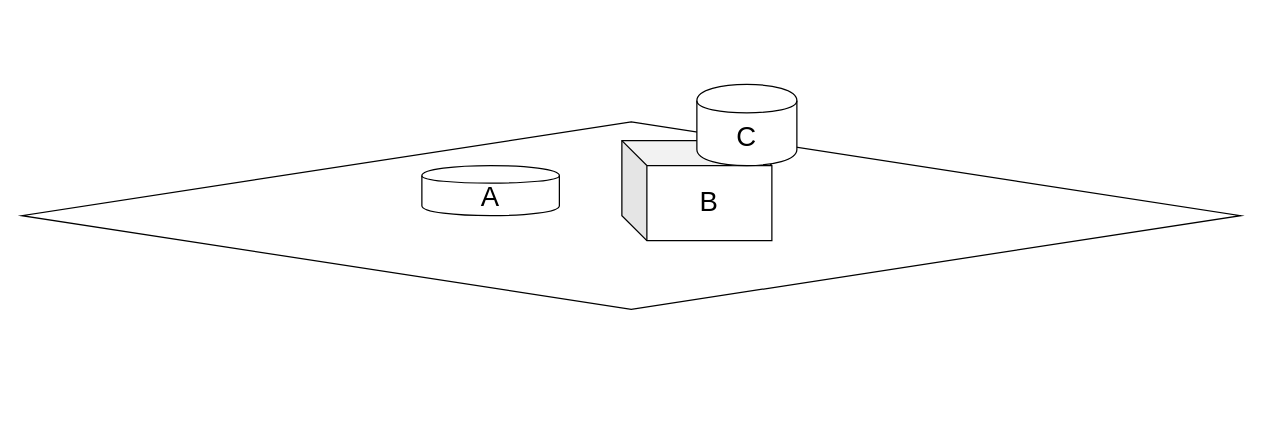
Before: arrange.drawio in imzoer/imzoer.github.io, a draw.io diagram. Source tidied: cells renumbered, new cells numbered last; positions are measured from the earlier drawing's top-left corner, leaving out a move shared by most shapes. Both pictures are drawn from the tidied source at 125%, with x=0, y=0 at pixel (21, 84).
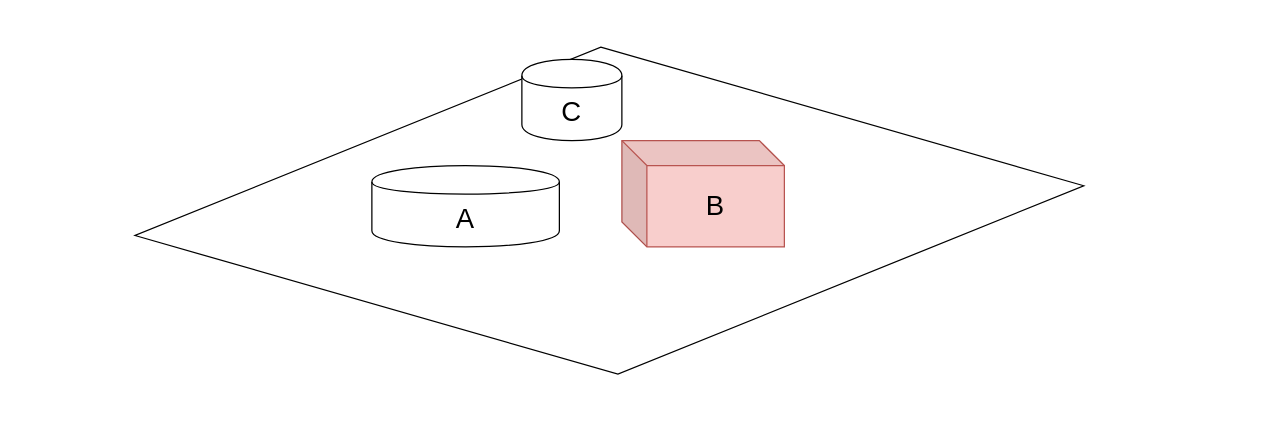
The same diagram, later.

The edit, as a diff of the source:
```diff
@@
 <mxGraphModel>
   <root>
     <mxCell id="0" />
     <mxCell id="1" parent="0" />
-    <mxCell id="2" style="rhombus;whiteSpace=wrap;html=1;" parent="1" vertex="1">
-      <mxGeometry y="30" width="975" height="150" as="geometry" />
+    <mxCell id="2" style="rhombus;whiteSpace=wrap;html=1;rotation=-3;" parent="1" vertex="1">
+      <mxGeometry x="90" y="-30" width="760" height="262" as="geometry" />
     </mxCell>
     <mxCell id="3" value="&lt;font style=&quot;font-size: 22px&quot;&gt;A&lt;/font&gt;" style="shape=cylinder;whiteSpace=wrap;html=1;boundedLbl=1;backgroundOutline=1;" parent="1" vertex="1">
-      <mxGeometry x="320" y="65" width="110" height="40" as="geometry" />
+      <mxGeometry x="280" y="65" width="150" height="65" as="geometry" />
     </mxCell>
-    <mxCell id="4" value="&lt;font style=&quot;font-size: 22px&quot;&gt;B&lt;/font&gt;" style="shape=cube;whiteSpace=wrap;html=1;boundedLbl=1;backgroundOutline=1;darkOpacity=0.05;darkOpacity2=0.1;" parent="1" vertex="1">
-      <mxGeometry x="480" y="45" width="120" height="80" as="geometry" />
+    <mxCell id="4" value="&lt;font style=&quot;font-size: 22px&quot;&gt;B&lt;/font&gt;" style="shape=cube;whiteSpace=wrap;html=1;boundedLbl=1;backgroundOutline=1;darkOpacity=0.05;darkOpacity2=0.1;fillColor=#f8cecc;strokeColor=#b85450;" parent="1" vertex="1">
+      <mxGeometry x="480" y="45" width="130" height="85" as="geometry" />
     </mxCell>
     <mxCell id="5" value="&lt;font style=&quot;font-size: 22px&quot;&gt;C&lt;/font&gt;" style="shape=cylinder;whiteSpace=wrap;html=1;boundedLbl=1;backgroundOutline=1;" parent="1" vertex="1">
-      <mxGeometry x="540" width="80" height="65" as="geometry" />
+      <mxGeometry x="400" y="-20" width="80" height="65" as="geometry" />
     </mxCell>
   </root>
 </mxGraphModel>
```
